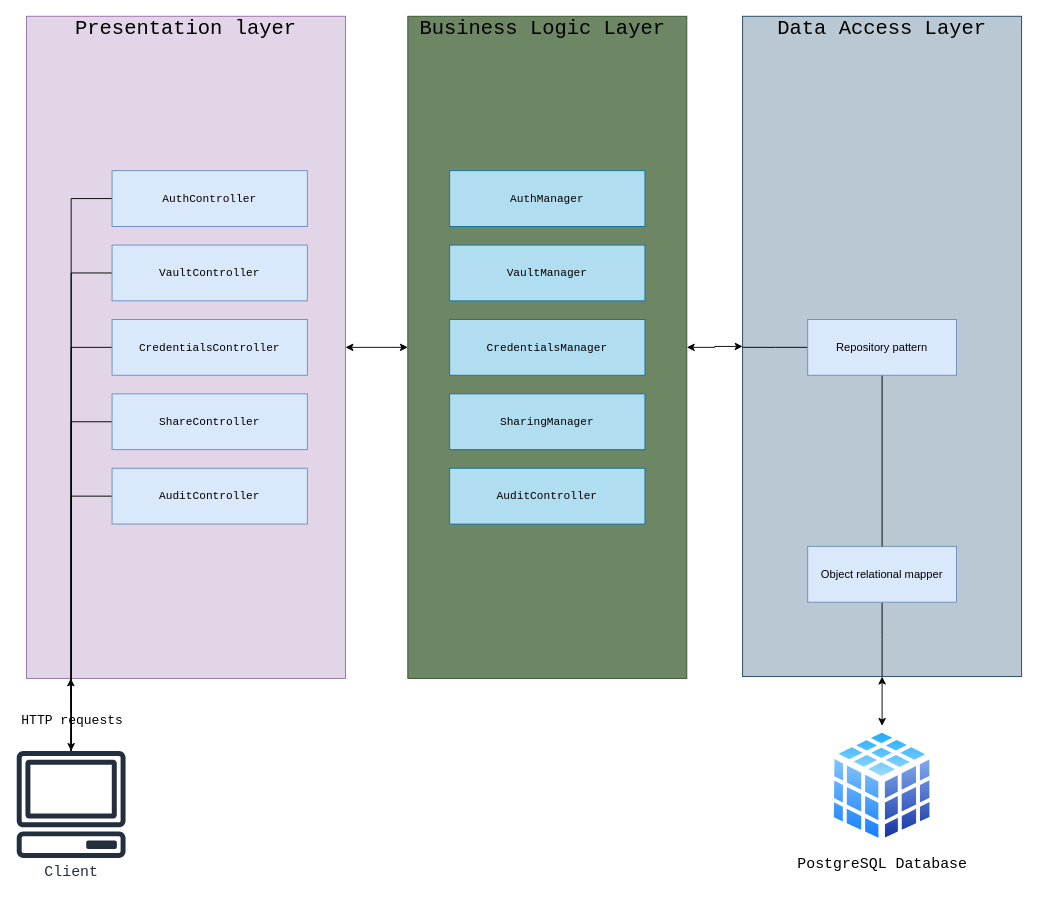
This is diagrams/ArchitectureDiagram.drawio from pop9459/DataProcessing-PassMan, a draw.io file, before an edit. Source tidied: cells renumbered, new cells numbered last; positions are measured from the earlier drawing's top-left corner, leaving out a move shared by most shapes. Both pictures are drawn from the tidied source at 93%, with x=0, y=0 at pixel (16, 16).
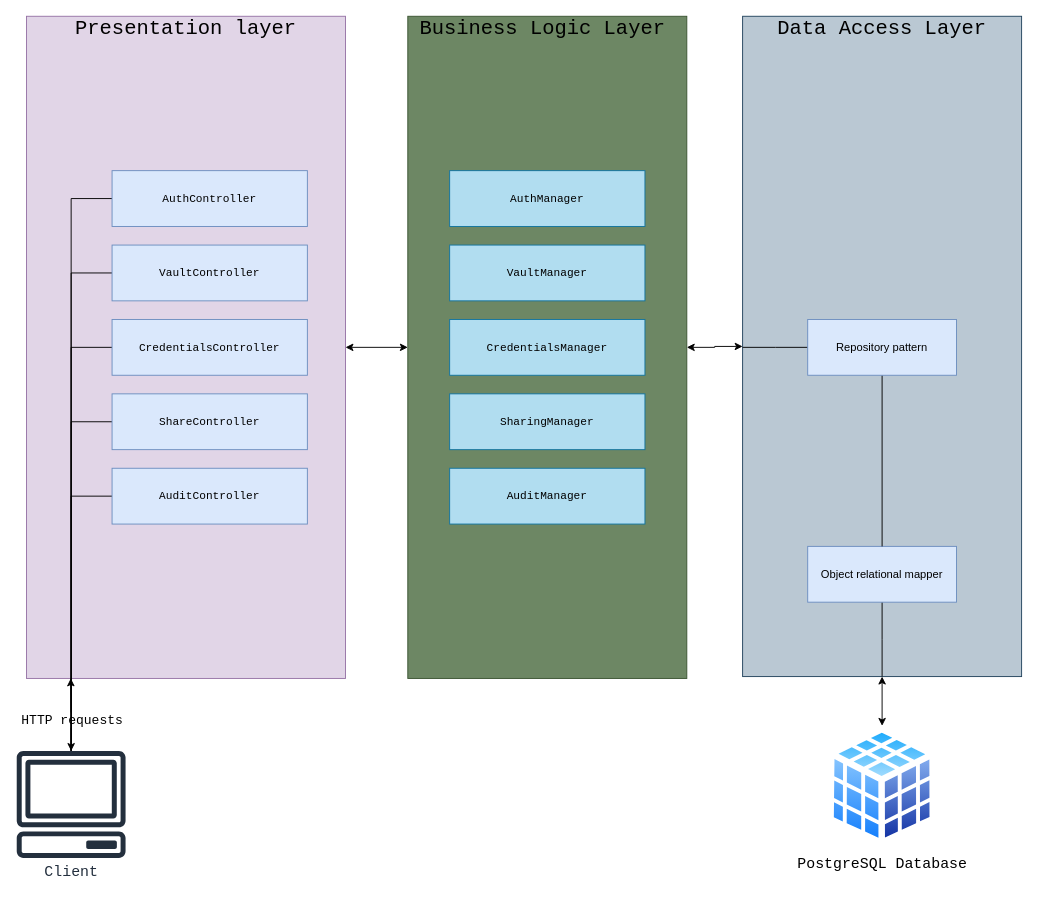
Above is the later version.

What changed in the source:
```diff
@@
-    <mxCell id="26" value="&lt;div&gt;&lt;font face=&quot;Courier New&quot;&gt;AuditController&lt;/font&gt;&lt;/div&gt;" style="rounded=0;whiteSpace=wrap;html=1;fillColor=#b1ddf0;strokeColor=#10739e;" parent="1" vertex="1">
+    <mxCell id="26" value="&lt;div&gt;&lt;font face=&quot;Courier New&quot;&gt;AuditManager&lt;/font&gt;&lt;/div&gt;" style="rounded=0;whiteSpace=wrap;html=1;fillColor=#b1ddf0;strokeColor=#10739e;" parent="1" vertex="1">
       <mxGeometry x="466" y="486" width="210" height="60" as="geometry" />
     </mxCell>
```
